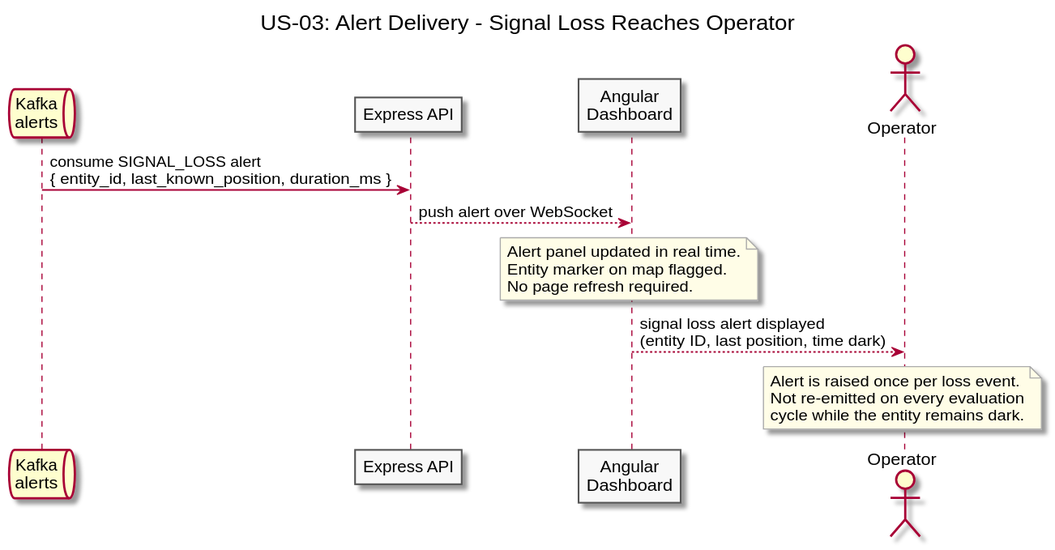
The PlantUML diagram diagrams/docs/use-cases/US-03-signal-loss-alert/alert-delivery.svg in Buffden/sentinel, before a commit. The source it was exported from:
```plantuml
@startuml alert-delivery
title US-03: Alert Delivery - Signal Loss Reaches Operator

skinparam sequenceArrowThickness 1.5
skinparam participantBorderColor #555555
skinparam participantBackgroundColor #F8F8F8
skinparam noteBorderColor #AAAAAA
skinparam noteBackgroundColor #FFFDE7

queue "Kafka\nalerts" as Kafka
participant "Express API" as API
participant "Angular\nDashboard" as Dashboard
actor Operator

Kafka -> API : consume SIGNAL_LOSS alert\n{ entity_id, last_known_position, duration_ms }

API --> Dashboard : push alert over WebSocket

note over Dashboard
  Alert panel updated in real time.
  Entity marker on map flagged.
  No page refresh required.
end note

Dashboard --> Operator : signal loss alert displayed\n(entity ID, last position, time dark)

note over Operator
  Alert is raised once per loss event.
  Not re-emitted on every evaluation
  cycle while the entity remains dark.
end note

@enduml
```
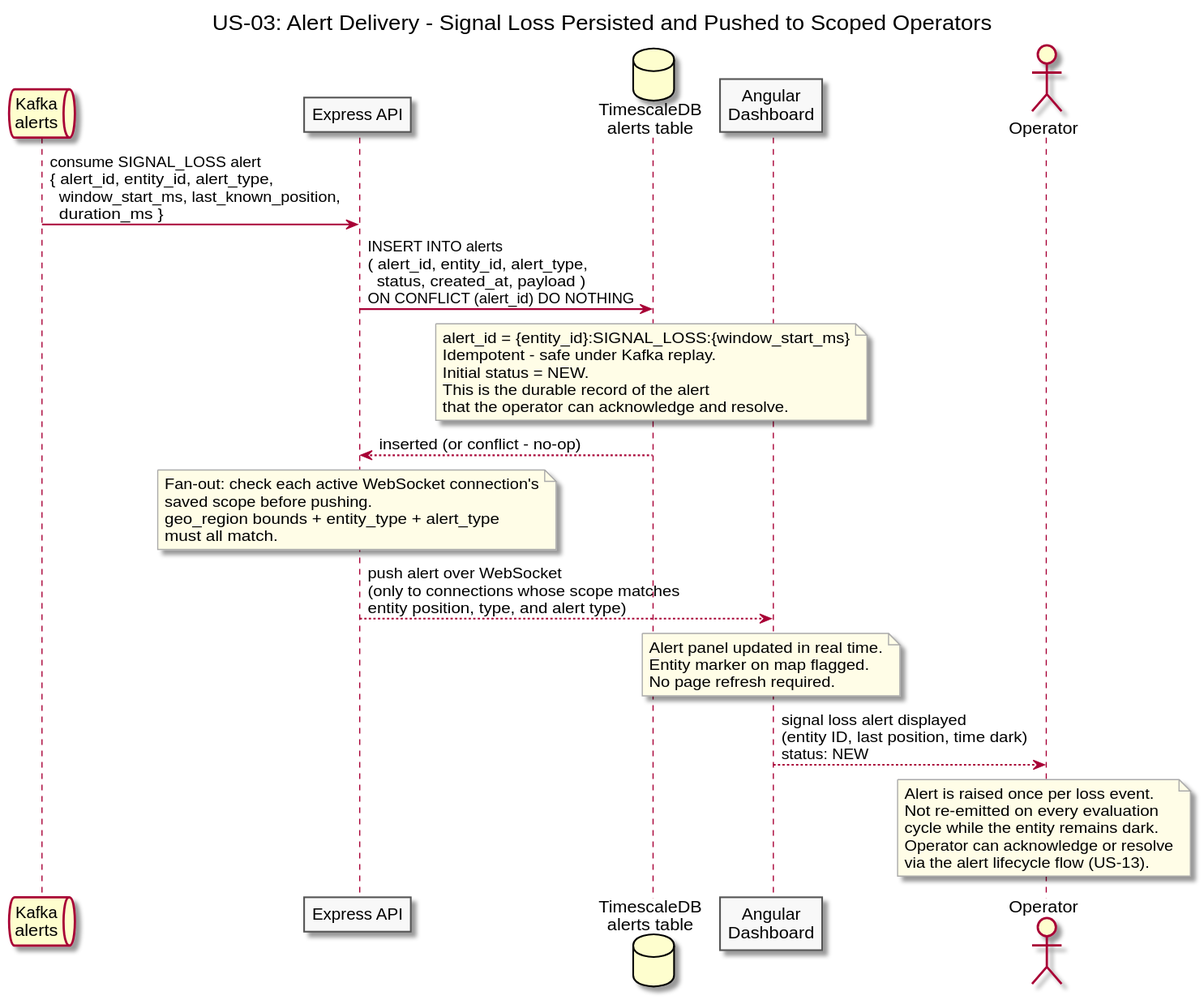
The same diagram one commit later.

What changed in the source:
```diff
@@ -1,5 +1,5 @@
 @startuml alert-delivery
-title US-03: Alert Delivery - Signal Loss Reaches Operator
+title US-03: Alert Delivery - Signal Loss Persisted and Pushed to Scoped Operators
 
 skinparam sequenceArrowThickness 1.5
 skinparam participantBorderColor #555555
@@ -9,12 +9,32 @@
 
 queue "Kafka\nalerts" as Kafka
 participant "Express API" as API
+database "TimescaleDB\nalerts table" as TSDB
 participant "Angular\nDashboard" as Dashboard
 actor Operator
 
-Kafka -> API : consume SIGNAL_LOSS alert\n{ entity_id, last_known_position, duration_ms }
+Kafka -> API : consume SIGNAL_LOSS alert\n{ alert_id, entity_id, alert_type,\n  window_start_ms, last_known_position,\n  duration_ms }
 
-API --> Dashboard : push alert over WebSocket
+API -> TSDB : INSERT INTO alerts\n( alert_id, entity_id, alert_type,\n  status, created_at, payload )\nON CONFLICT (alert_id) DO NOTHING
+
+note over TSDB
+  alert_id = {entity_id}:SIGNAL_LOSS:{window_start_ms}
+  Idempotent - safe under Kafka replay.
+  Initial status = NEW.
+  This is the durable record of the alert
+  that the operator can acknowledge and resolve.
+end note
+
+TSDB --> API : inserted (or conflict - no-op)
+
+note over API
+  Fan-out: check each active WebSocket connection's
+  saved scope before pushing.
+  geo_region bounds + entity_type + alert_type
+  must all match.
+end note
+
+API --> Dashboard : push alert over WebSocket\n(only to connections whose scope matches\nentity position, type, and alert type)
 
 note over Dashboard
   Alert panel updated in real time.
@@ -22,12 +42,14 @@
   No page refresh required.
 end note
 
-Dashboard --> Operator : signal loss alert displayed\n(entity ID, last position, time dark)
+Dashboard --> Operator : signal loss alert displayed\n(entity ID, last position, time dark)\nstatus: NEW
 
 note over Operator
   Alert is raised once per loss event.
   Not re-emitted on every evaluation
   cycle while the entity remains dark.
+  Operator can acknowledge or resolve
+  via the alert lifecycle flow (US-13).
 end note
 
 @enduml
```
